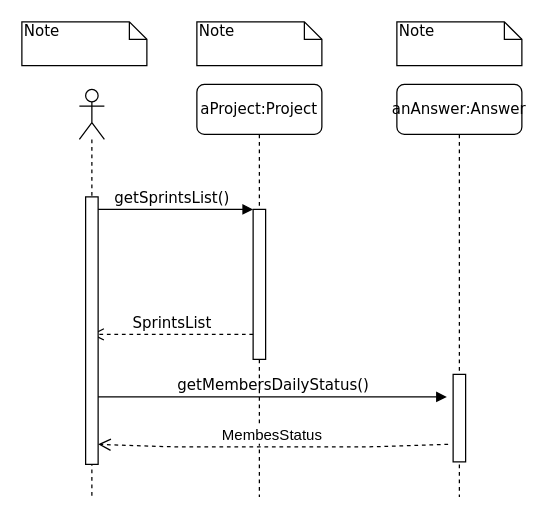
This is Behavioral Modeling/Scrum Master Seq Diagrams - Daily Status.drawio from amirabbas8/ScrumOfficer, a draw.io file, before an edit. Source tidied: cells renumbered, new cells numbered last; positions are measured from the earlier drawing's top-left corner, leaving out a move shared by most shapes. Both pictures are drawn from the tidied source at 125%, with x=0, y=0 at pixel (21, 21).
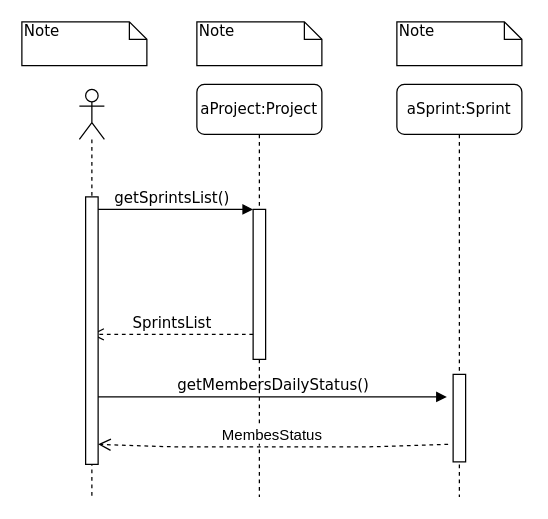
After the change.

What changed in the source:
```diff
@@
-    <mxCell id="4" value="anAnswer:Answer" style="shape=umlLifeline;perimeter=lifelinePerimeter;whiteSpace=wrap;html=1;rounded=1;shadow=0;comic=0;labelBackgroundColor=none;strokeColor=#000000;strokeWidth=1;fillColor=#FFFFFF;fontFamily=Verdana;fontSize=12;fontColor=#000000;align=center;" parent="1" vertex="1">
+    <mxCell id="4" value="aSprint:Sprint" style="shape=umlLifeline;perimeter=lifelinePerimeter;whiteSpace=wrap;html=1;rounded=1;shadow=0;comic=0;labelBackgroundColor=none;strokeColor=#000000;strokeWidth=1;fillColor=#FFFFFF;fontFamily=Verdana;fontSize=12;fontColor=#000000;align=center;" parent="1" vertex="1">
       <mxGeometry x="300" y="50" width="100" height="330" as="geometry" />
     </mxCell>
```
